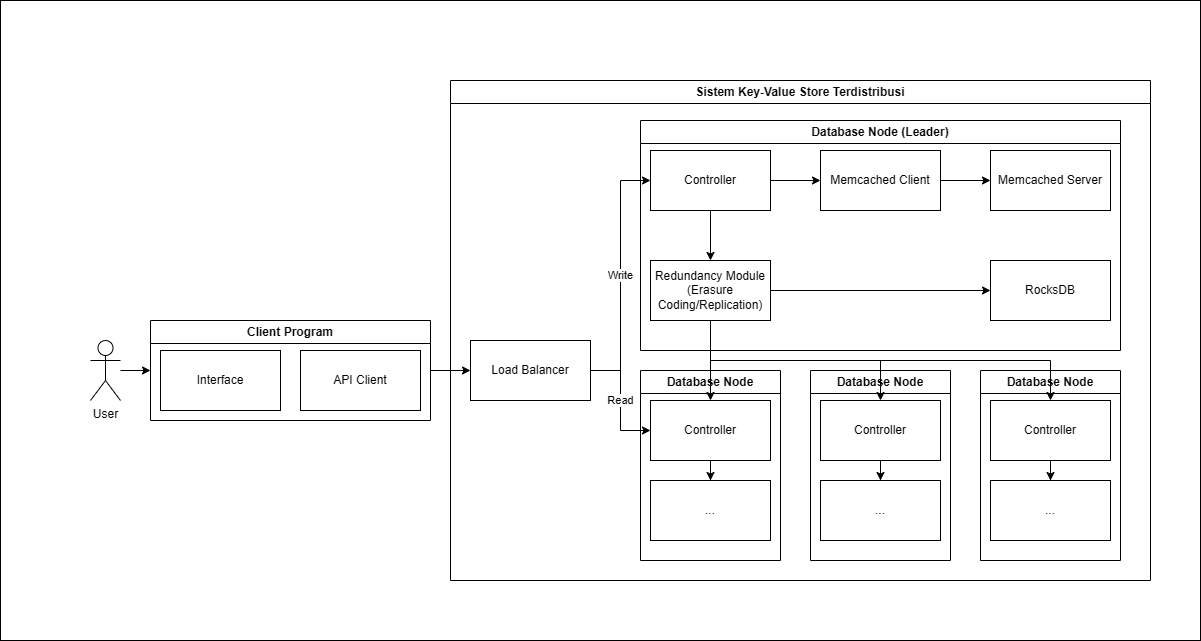
MuhamadAjiW/Tugas-Akhir-IF keeps this draw.io diagram as src/resources/appendix/general-architecture.png. Above is the earlier version. Source tidied: cells renumbered, new cells last; positions are measured from the earlier drawing's top-left corner, leaving out a move shared by most shapes.
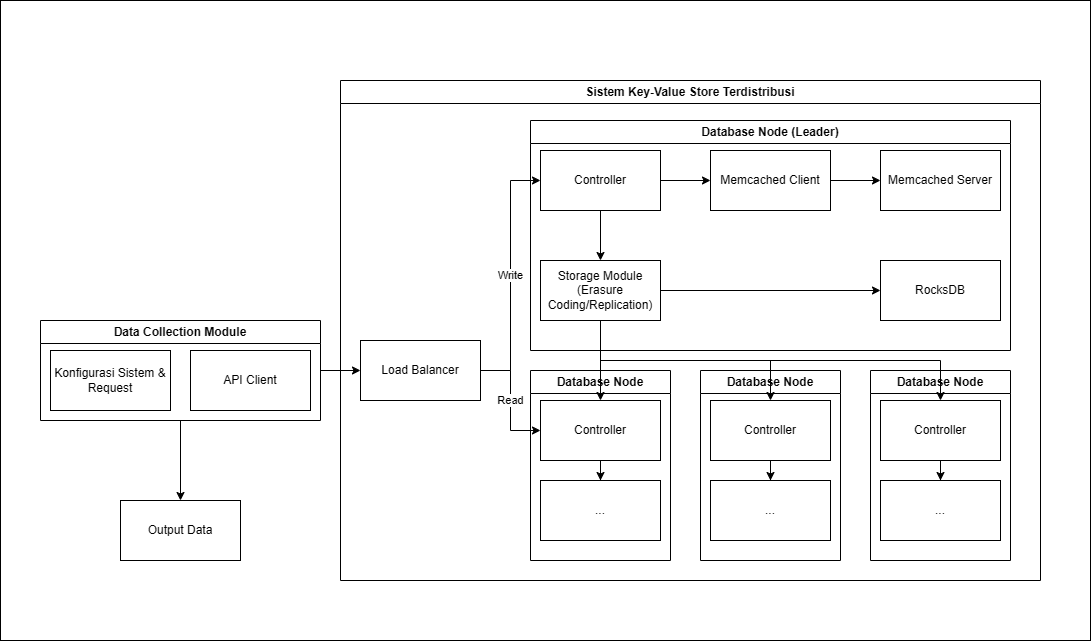
Above is the later version.

Diff of the diagram source:
```diff
@@ -3,18 +3,12 @@
     <mxCell id="0" />
     <mxCell id="1" parent="0" />
     <mxCell id="2" style="rounded=0;whiteSpace=wrap;html=1;" parent="1" vertex="1">
-      <mxGeometry width="1200" height="640" as="geometry" />
+      <mxGeometry x="110" width="1090" height="640" as="geometry" />
     </mxCell>
-    <mxCell id="3" style="edgeStyle=orthogonalEdgeStyle;rounded=0;jettySize=auto;html=1;entryX=0;entryY=0.5;entryDx=0;entryDy=0;" parent="1" edge="1" source="4" target="5">
-      <mxGeometry relative="1" as="geometry" />
-    </mxCell>
-    <mxCell id="4" value="User" style="shape=umlActor;verticalLabelPosition=bottom;verticalAlign=top;html=1;outlineConnect=0;" parent="1" vertex="1">
-      <mxGeometry x="90" y="340" width="30" height="60" as="geometry" />
-    </mxCell>
-    <mxCell id="5" value="Client Program" style="swimlane;whiteSpace=wrap;html=1;" parent="1" vertex="1">
+    <mxCell id="5" value="Data Collection Module" style="swimlane;whiteSpace=wrap;html=1;startSize=23;" parent="1" vertex="1">
       <mxGeometry x="150" y="320" width="280" height="100" as="geometry" />
     </mxCell>
-    <mxCell id="6" value="Interface" style="rounded=0;whiteSpace=wrap;html=1;" parent="5" vertex="1">
+    <mxCell id="6" value="Konfigurasi Sistem &amp;amp; Request" style="rounded=0;whiteSpace=wrap;html=1;" parent="5" vertex="1">
       <mxGeometry x="10" y="30" width="120" height="60" as="geometry" />
     </mxCell>
     <mxCell id="7" value="API Client" style="rounded=0;whiteSpace=wrap;html=1;" parent="5" vertex="1">
@@ -56,7 +50,7 @@
     <mxCell id="19" style="edgeStyle=orthogonalEdgeStyle;rounded=0;jettySize=auto;html=1;" parent="11" edge="1" source="20" target="15">
       <mxGeometry relative="1" as="geometry" />
     </mxCell>
-    <mxCell id="20" value="Redundancy Module&lt;br&gt;(Erasure Coding/Replication)" style="rounded=0;whiteSpace=wrap;html=1;" parent="11" vertex="1">
+    <mxCell id="20" value="Storage Module&lt;br&gt;(Erasure Coding/Replication)" style="rounded=0;whiteSpace=wrap;html=1;" parent="11" vertex="1">
       <mxGeometry x="10" y="140" width="120" height="60" as="geometry" />
     </mxCell>
     <mxCell id="21" value="Write" style="endArrow=classic;html=1;rounded=0;exitX=1;exitY=0.5;exitDx=0;exitDy=0;entryX=0;entryY=0.5;entryDx=0;entryDy=0;" parent="8" edge="1" source="10" target="14">
@@ -115,5 +109,11 @@
     <mxCell id="37" style="endArrow=classic;html=1;rounded=0;exitX=1;exitY=0.5;exitDx=0;exitDy=0;entryX=0;entryY=0.5;entryDx=0;entryDy=0;" parent="1" edge="1" source="5" target="10">
       <mxGeometry relative="1" as="geometry" />
     </mxCell>
+    <mxCell id="38" value="Output Data" style="rounded=0;whiteSpace=wrap;html=1;" parent="1" vertex="1">
+      <mxGeometry x="230" y="500" width="120" height="60" as="geometry" />
+    </mxCell>
+    <mxCell id="39" style="edgeStyle=orthogonalEdgeStyle;rounded=0;jettySize=auto;html=1;exitX=0.5;exitY=1;exitDx=0;exitDy=0;" parent="1" edge="1" source="5" target="38">
+      <mxGeometry relative="1" as="geometry" />
+    </mxCell>
   </root>
 </mxGraphModel>
```
